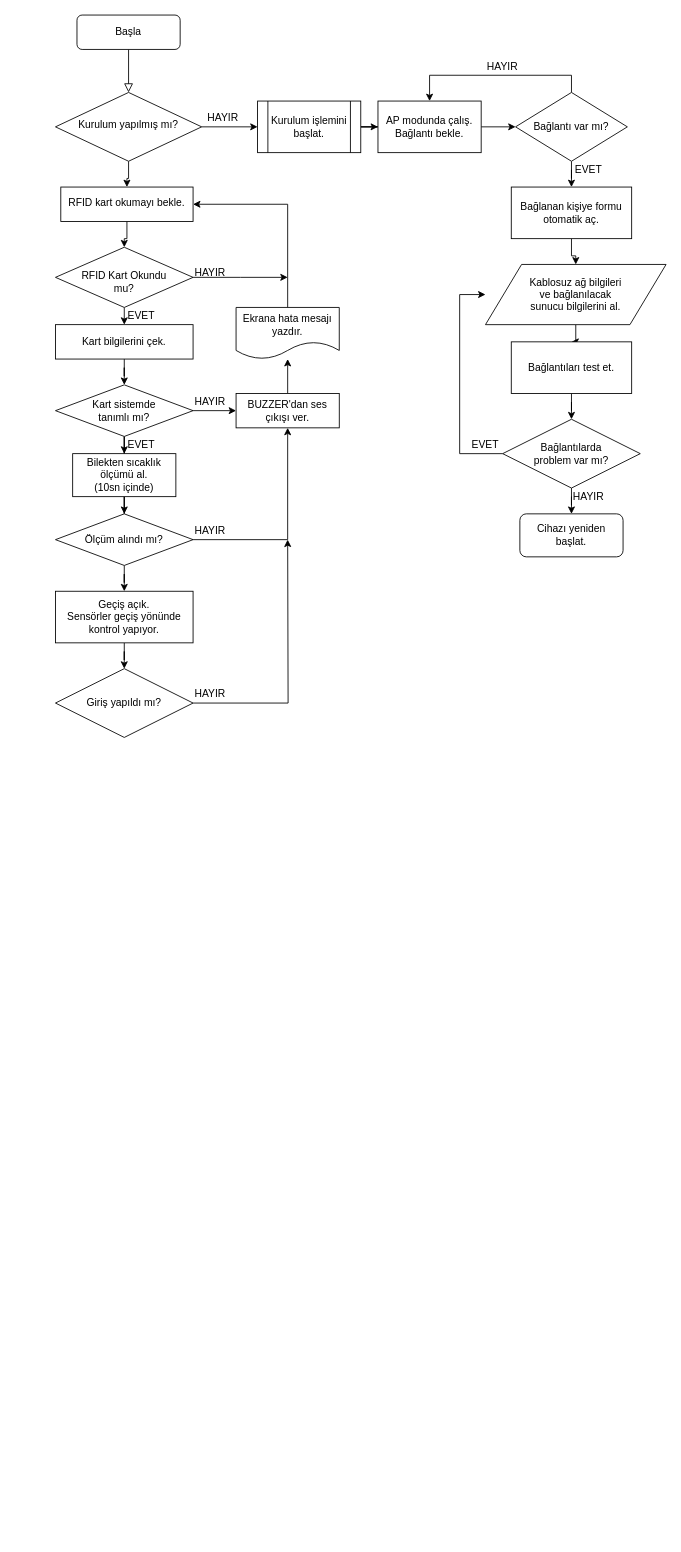
atakanargn/jpebs keeps this draw.io diagram as Untitled Diagram.drawio. Above is the earlier version. Source tidied: cells renumbered, new cells numbered last; positions are measured from the earlier drawing's top-left corner, leaving out a move shared by most shapes. Both pictures are drawn from the tidied source at 86%, with x=0, y=0 at pixel (55, 15).
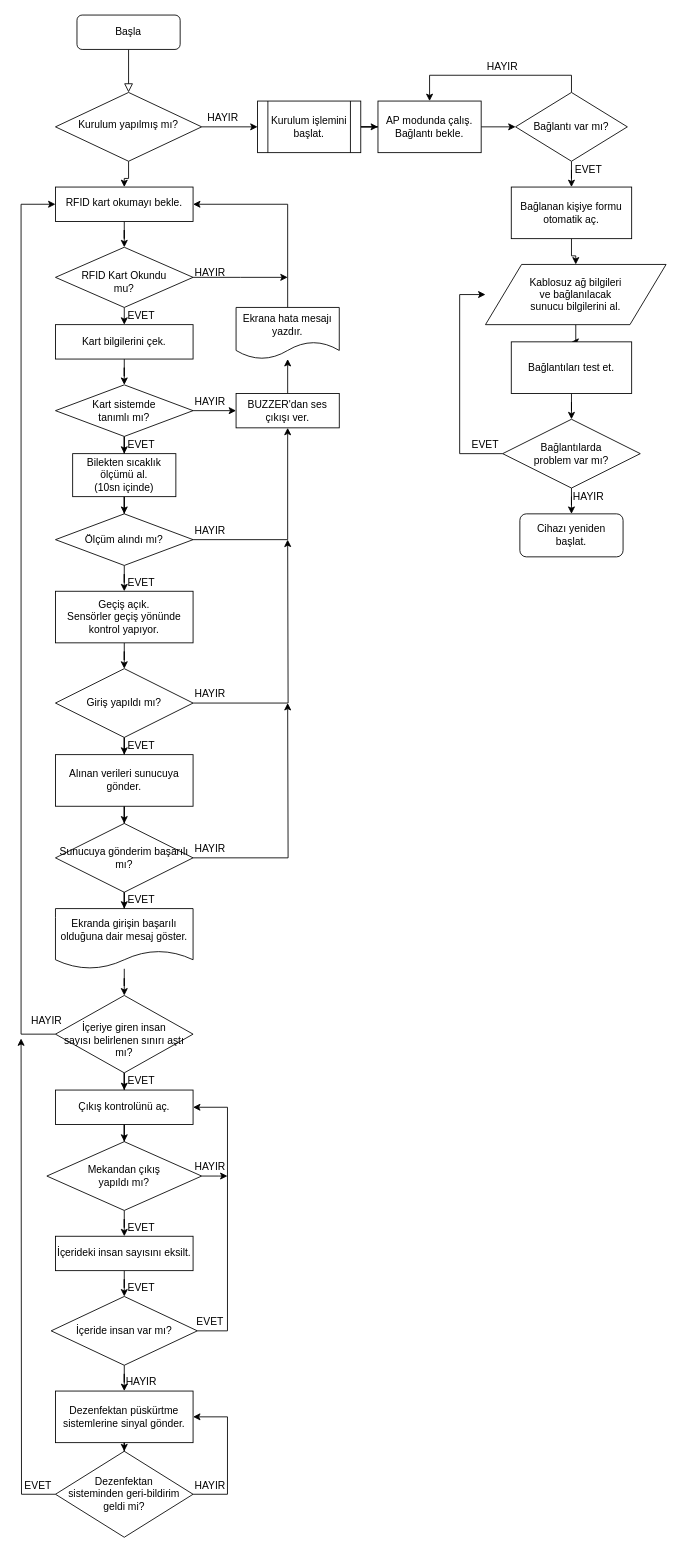
After the change.

Unchanged cells that the change refers to:
```xml
<mxCell id="56" value="Giriş yapıldı mı?" style="rhombus;whiteSpace=wrap;html=1;" parent="1" vertex="1">
  <mxGeometry y="760" width="160" height="80" as="geometry" />
</mxCell>
```

The edit, as a diff of the source:
```diff
@@
     <mxCell id="30" value="&lt;div&gt;RFID kart okumayı bekle.&lt;/div&gt;" style="whiteSpace=wrap;html=1;shadow=0;strokeWidth=1;spacing=6;spacingTop=-4;" parent="1" vertex="1">
-      <mxGeometry x="6.2" y="200" width="153.8" height="40" as="geometry" />
+      <mxGeometry y="200" width="160" height="40" as="geometry" />
     </mxCell>
@@
+    <mxCell id="58" style="edgeStyle=orthogonalEdgeStyle;rounded=0;jettySize=auto;html=1;" parent="1" edge="1" source="56" target="60">
+      <mxGeometry relative="1" as="geometry" />
+    </mxCell>
@@
+    <mxCell id="59" style="edgeStyle=orthogonalEdgeStyle;rounded=0;jettySize=auto;html=1;" parent="1" edge="1" source="60" target="63">
+      <mxGeometry relative="1" as="geometry" />
+    </mxCell>
+    <mxCell id="60" value="Alınan verileri sunucuya gönder." style="whiteSpace=wrap;html=1;" parent="1" vertex="1">
+      <mxGeometry y="860" width="160" height="60" as="geometry" />
+    </mxCell>
+    <mxCell id="61" style="edgeStyle=orthogonalEdgeStyle;rounded=0;jettySize=auto;html=1;" parent="1" edge="1" source="63">
+      <mxGeometry relative="1" as="geometry">
+        <mxPoint x="270" y="800" as="targetPoint" />
+      </mxGeometry>
+    </mxCell>
+    <mxCell id="62" style="edgeStyle=orthogonalEdgeStyle;rounded=0;jettySize=auto;html=1;" parent="1" edge="1" source="63" target="68">
+      <mxGeometry relative="1" as="geometry" />
+    </mxCell>
+    <mxCell id="63" value="Sunucuya gönderim başarılı mı?" style="rhombus;whiteSpace=wrap;html=1;" parent="1" vertex="1">
+      <mxGeometry y="940" width="160" height="80" as="geometry" />
+    </mxCell>
+    <mxCell id="64" value="&lt;div&gt;EVET&lt;/div&gt;" style="text;html=1;strokeColor=none;fillColor=none;align=center;verticalAlign=middle;whiteSpace=wrap;rounded=0;" parent="1" vertex="1">
+      <mxGeometry x="80" y="650" width="40" height="20" as="geometry" />
+    </mxCell>
+    <mxCell id="65" value="&lt;div&gt;EVET&lt;/div&gt;" style="text;html=1;strokeColor=none;fillColor=none;align=center;verticalAlign=middle;whiteSpace=wrap;rounded=0;" parent="1" vertex="1">
+      <mxGeometry x="80" y="840" width="40" height="20" as="geometry" />
+    </mxCell>
+    <mxCell id="66" value="HAYIR" style="text;html=1;strokeColor=none;fillColor=none;align=center;verticalAlign=middle;whiteSpace=wrap;rounded=0;" parent="1" vertex="1">
+      <mxGeometry x="160" y="960" width="40" height="20" as="geometry" />
+    </mxCell>
+    <mxCell id="67" style="edgeStyle=orthogonalEdgeStyle;rounded=0;jettySize=auto;html=1;" parent="1" edge="1" source="68" target="72">
+      <mxGeometry relative="1" as="geometry" />
+    </mxCell>
+    <mxCell id="68" value="Ekranda girişin başarılı olduğuna dair mesaj göster." style="shape=document;whiteSpace=wrap;html=1;boundedLbl=1;" parent="1" vertex="1">
+      <mxGeometry y="1039" width="160" height="70" as="geometry" />
+    </mxCell>
+    <mxCell id="69" value="&lt;div&gt;EVET&lt;/div&gt;" style="text;html=1;strokeColor=none;fillColor=none;align=center;verticalAlign=middle;whiteSpace=wrap;rounded=0;" parent="1" vertex="1">
+      <mxGeometry x="80" y="1019" width="40" height="20" as="geometry" />
+    </mxCell>
+    <mxCell id="70" style="edgeStyle=orthogonalEdgeStyle;rounded=0;jettySize=auto;html=1;entryX=0;entryY=0.5;entryDx=0;entryDy=0;exitX=0;exitY=0.5;exitDx=0;exitDy=0;" parent="1" edge="1" source="72" target="30">
+      <mxGeometry relative="1" as="geometry">
+        <Array as="points">
+          <mxPoint x="-40" y="1185" />
+          <mxPoint x="-40" y="220" />
+        </Array>
+      </mxGeometry>
+    </mxCell>
+    <mxCell id="71" style="edgeStyle=orthogonalEdgeStyle;rounded=0;jettySize=auto;html=1;" parent="1" edge="1" source="72" target="75">
+      <mxGeometry relative="1" as="geometry" />
+    </mxCell>
+    <mxCell id="72" value="&lt;div&gt;&lt;br&gt;&lt;/div&gt;&lt;div&gt;İçeriye giren insan&lt;/div&gt;&lt;div&gt;sayısı belirlenen sınırı aştı mı?&lt;/div&gt;" style="rhombus;whiteSpace=wrap;html=1;" parent="1" vertex="1">
+      <mxGeometry y="1140" width="160" height="90" as="geometry" />
+    </mxCell>
+    <mxCell id="73" value="HAYIR" style="text;html=1;strokeColor=none;fillColor=none;align=center;verticalAlign=middle;whiteSpace=wrap;rounded=0;" parent="1" vertex="1">
+      <mxGeometry x="-30" y="1160" width="40" height="20" as="geometry" />
+    </mxCell>
+    <mxCell id="74" style="edgeStyle=orthogonalEdgeStyle;rounded=0;jettySize=auto;html=1;" parent="1" edge="1" source="75" target="78">
+      <mxGeometry relative="1" as="geometry" />
+    </mxCell>
+    <mxCell id="75" value="Çıkış kontrolünü aç." style="whiteSpace=wrap;html=1;" parent="1" vertex="1">
+      <mxGeometry y="1250" width="160" height="40" as="geometry" />
+    </mxCell>
+    <mxCell id="76" style="edgeStyle=orthogonalEdgeStyle;rounded=0;jettySize=auto;html=1;" parent="1" edge="1" source="78" target="80">
+      <mxGeometry relative="1" as="geometry" />
+    </mxCell>
+    <mxCell id="77" style="edgeStyle=orthogonalEdgeStyle;rounded=0;jettySize=auto;html=1;" parent="1" edge="1" source="78">
+      <mxGeometry relative="1" as="geometry">
+        <mxPoint x="200" y="1350" as="targetPoint" />
+      </mxGeometry>
+    </mxCell>
+    <mxCell id="78" value="&lt;div&gt;Mekandan çıkış&lt;/div&gt;&lt;div&gt;yapıldı mı?&lt;/div&gt;" style="rhombus;whiteSpace=wrap;html=1;" parent="1" vertex="1">
+      <mxGeometry x="-10" y="1310" width="180" height="80" as="geometry" />
+    </mxCell>
+    <mxCell id="79" style="edgeStyle=orthogonalEdgeStyle;rounded=0;jettySize=auto;html=1;" parent="1" edge="1" source="80" target="84">
+      <mxGeometry relative="1" as="geometry" />
+    </mxCell>
+    <mxCell id="80" value="İçerideki insan sayısını eksilt." style="whiteSpace=wrap;html=1;" parent="1" vertex="1">
+      <mxGeometry y="1420" width="160" height="40" as="geometry" />
+    </mxCell>
+    <mxCell id="81" value="&lt;div&gt;EVET&lt;/div&gt;" style="text;html=1;strokeColor=none;fillColor=none;align=center;verticalAlign=middle;whiteSpace=wrap;rounded=0;" parent="1" vertex="1">
+      <mxGeometry x="80" y="1230" width="40" height="20" as="geometry" />
+    </mxCell>
+    <mxCell id="82" style="edgeStyle=orthogonalEdgeStyle;rounded=0;jettySize=auto;html=1;entryX=1;entryY=0.5;entryDx=0;entryDy=0;" parent="1" edge="1" source="84" target="75">
+      <mxGeometry relative="1" as="geometry">
+        <Array as="points">
+          <mxPoint x="200" y="1530" />
+          <mxPoint x="200" y="1270" />
+        </Array>
+      </mxGeometry>
+    </mxCell>
+    <mxCell id="83" style="edgeStyle=orthogonalEdgeStyle;rounded=0;jettySize=auto;html=1;" parent="1" edge="1" source="84" target="90">
+      <mxGeometry relative="1" as="geometry" />
+    </mxCell>
+    <mxCell id="84" value="İçeride insan var mı?" style="rhombus;whiteSpace=wrap;html=1;" parent="1" vertex="1">
+      <mxGeometry x="-5" y="1490" width="170" height="80" as="geometry" />
+    </mxCell>
+    <mxCell id="85" value="HAYIR" style="text;html=1;strokeColor=none;fillColor=none;align=center;verticalAlign=middle;whiteSpace=wrap;rounded=0;" parent="1" vertex="1">
+      <mxGeometry x="160" y="1330" width="40" height="20" as="geometry" />
+    </mxCell>
+    <mxCell id="86" value="EVET" style="text;html=1;strokeColor=none;fillColor=none;align=center;verticalAlign=middle;whiteSpace=wrap;rounded=0;" parent="1" vertex="1">
+      <mxGeometry x="160" y="1510" width="40" height="20" as="geometry" />
+    </mxCell>
+    <mxCell id="87" value="&lt;div&gt;EVET&lt;/div&gt;" style="text;html=1;strokeColor=none;fillColor=none;align=center;verticalAlign=middle;whiteSpace=wrap;rounded=0;" parent="1" vertex="1">
+      <mxGeometry x="80" y="1400" width="40" height="20" as="geometry" />
+    </mxCell>
+    <mxCell id="88" value="&lt;div&gt;EVET&lt;/div&gt;" style="text;html=1;strokeColor=none;fillColor=none;align=center;verticalAlign=middle;whiteSpace=wrap;rounded=0;" parent="1" vertex="1">
+      <mxGeometry x="80" y="1470" width="40" height="20" as="geometry" />
+    </mxCell>
+    <mxCell id="89" style="edgeStyle=orthogonalEdgeStyle;rounded=0;jettySize=auto;html=1;" parent="1" edge="1" source="90" target="94">
+      <mxGeometry relative="1" as="geometry" />
+    </mxCell>
+    <mxCell id="90" value="Dezenfektan püskürtme sistemlerine sinyal gönder." style="whiteSpace=wrap;html=1;" parent="1" vertex="1">
+      <mxGeometry y="1600" width="160" height="60" as="geometry" />
+    </mxCell>
+    <mxCell id="91" value="HAYIR" style="text;html=1;strokeColor=none;fillColor=none;align=center;verticalAlign=middle;whiteSpace=wrap;rounded=0;" parent="1" vertex="1">
+      <mxGeometry x="80" y="1580" width="40" height="20" as="geometry" />
+    </mxCell>
+    <mxCell id="92" style="edgeStyle=orthogonalEdgeStyle;rounded=0;jettySize=auto;html=1;entryX=1;entryY=0.5;entryDx=0;entryDy=0;" parent="1" edge="1" source="94" target="90">
+      <mxGeometry relative="1" as="geometry">
+        <Array as="points">
+          <mxPoint x="200" y="1720" />
+          <mxPoint x="200" y="1630" />
+        </Array>
+      </mxGeometry>
+    </mxCell>
+    <mxCell id="93" style="edgeStyle=orthogonalEdgeStyle;rounded=0;jettySize=auto;html=1;" parent="1" edge="1" source="94">
+      <mxGeometry relative="1" as="geometry">
+        <mxPoint x="-40" y="1190" as="targetPoint" />
+      </mxGeometry>
+    </mxCell>
+    <mxCell id="94" value="&lt;div&gt;Dezenfektan&lt;/div&gt;&lt;div&gt;sisteminden geri-bildirim geldi mi?&lt;/div&gt;" style="rhombus;whiteSpace=wrap;html=1;" parent="1" vertex="1">
+      <mxGeometry y="1670" width="160" height="100" as="geometry" />
+    </mxCell>
+    <mxCell id="95" value="HAYIR" style="text;html=1;strokeColor=none;fillColor=none;align=center;verticalAlign=middle;whiteSpace=wrap;rounded=0;" parent="1" vertex="1">
+      <mxGeometry x="160" y="1700" width="40" height="20" as="geometry" />
+    </mxCell>
+    <mxCell id="96" value="&lt;div&gt;EVET&lt;/div&gt;" style="text;html=1;strokeColor=none;fillColor=none;align=center;verticalAlign=middle;whiteSpace=wrap;rounded=0;" parent="1" vertex="1">
+      <mxGeometry x="-40" y="1700" width="40" height="20" as="geometry" />
+    </mxCell>
```
